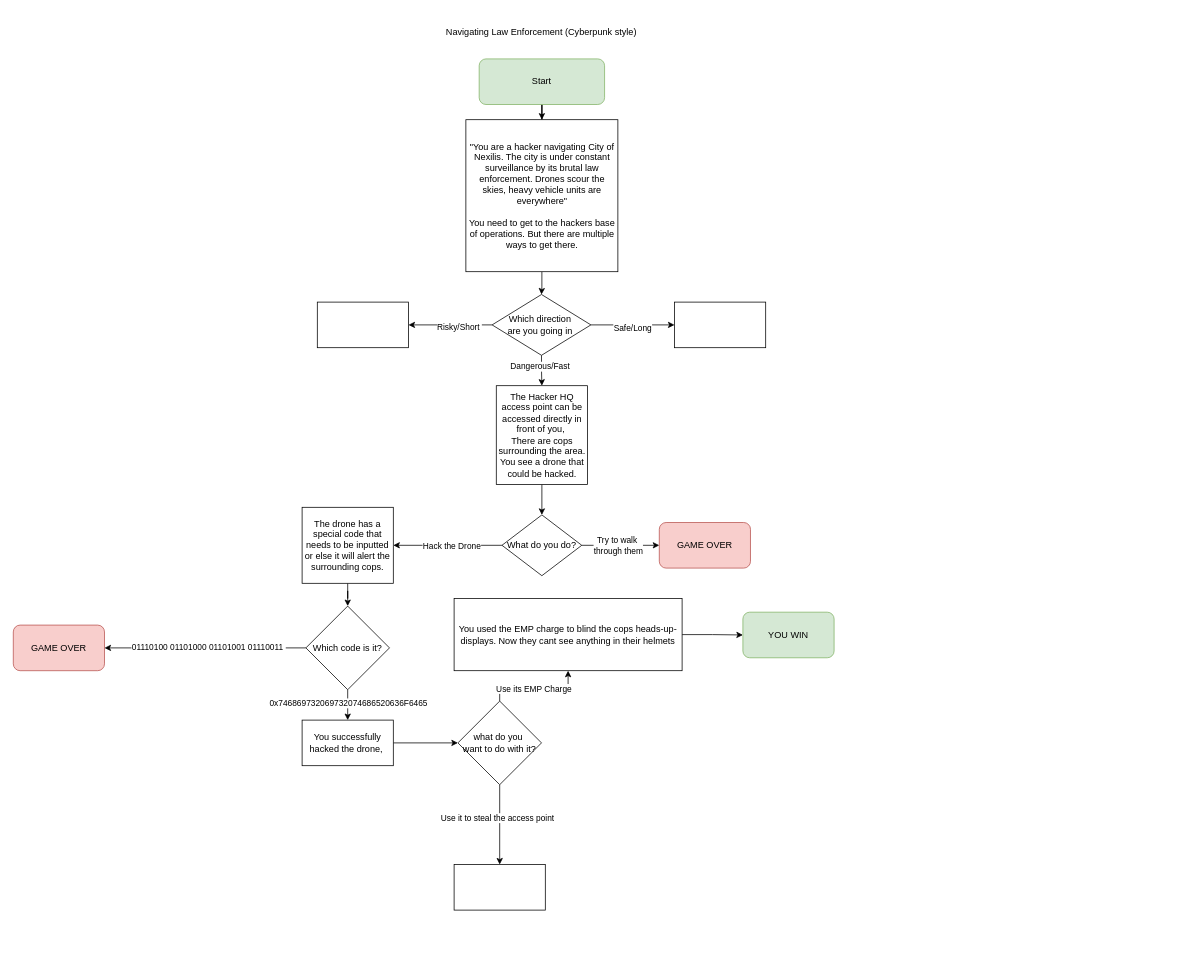
Earlier version of the draw.io diagram diagrams/CYOA.drawio (twitocode/Draw.io-Diagrams). Source tidied: cells renumbered, new cells numbered last; positions are measured from the earlier drawing's top-left corner, leaving out a move shared by most shapes. Both pictures are drawn from the tidied source at 76%, with x=0, y=0 at pixel (13, 13).
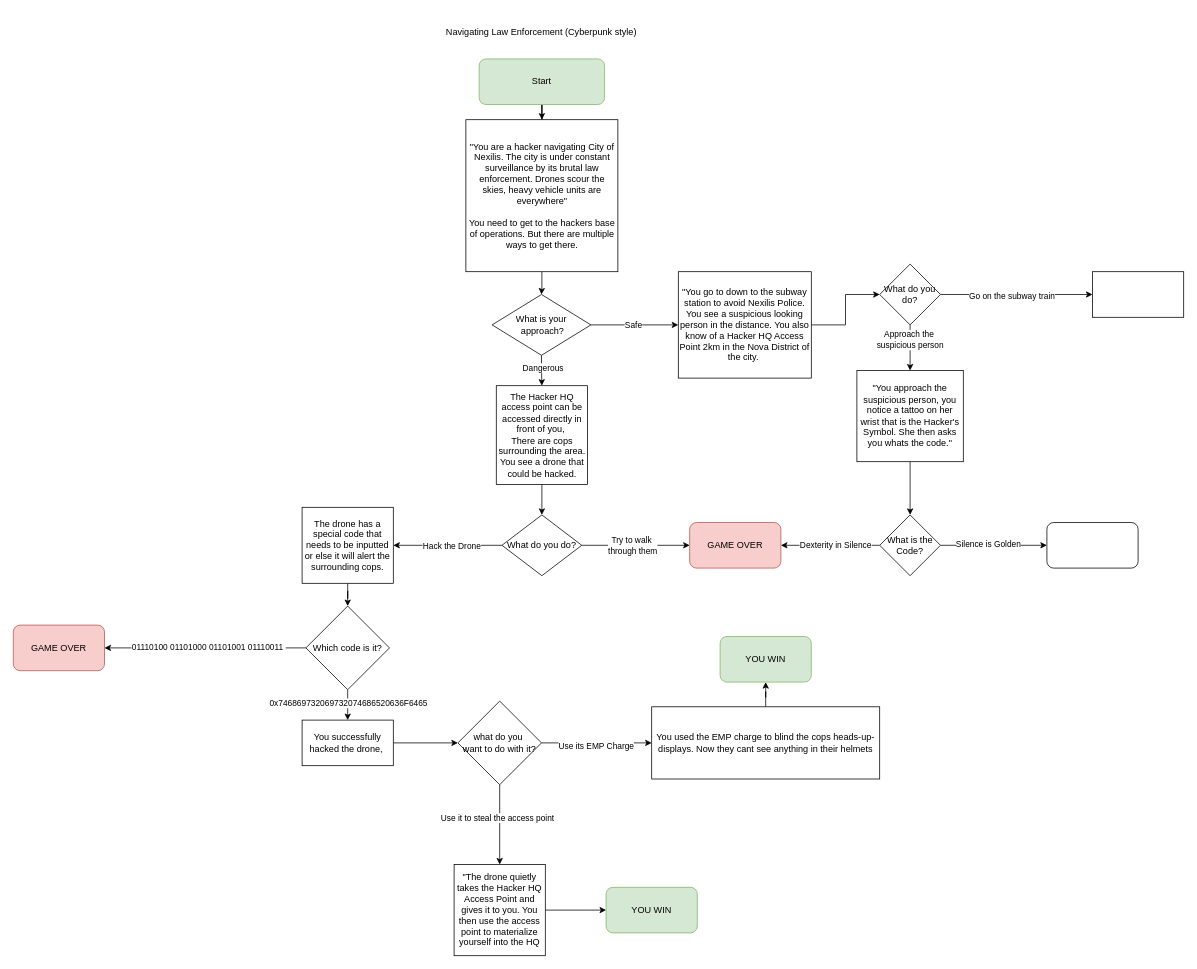
Above is the later version.

Unchanged cells that the change refers to:
```xml
<mxCell id="7" style="edgeStyle=orthogonalEdgeStyle;rounded=0;jettySize=auto;html=1;" parent="1" edge="1" source="13" target="14">
  <mxGeometry relative="1" as="geometry" />
</mxCell>
<mxCell id="11" style="edgeStyle=orthogonalEdgeStyle;rounded=0;jettySize=auto;html=1;" parent="1" edge="1" source="13" target="17">
  <mxGeometry relative="1" as="geometry" />
</mxCell>
```

The edit, as a diff of the source:
```diff
@@
-    <mxCell id="8" value="Safe/Long" style="edgeLabel;html=1;align=center;verticalAlign=middle;" parent="7" vertex="1">
-      <mxGeometry x="-0.01" y="-4" relative="1" as="geometry" />
-    </mxCell>
-    <mxCell id="9" style="edgeStyle=orthogonalEdgeStyle;rounded=0;jettySize=auto;html=1;" parent="1" edge="1" source="13" target="15">
-      <mxGeometry relative="1" as="geometry" />
-    </mxCell>
-    <mxCell id="10" value="Risky/Short&amp;nbsp;" style="edgeLabel;html=1;align=center;verticalAlign=middle;" parent="9" vertex="1">
-      <mxGeometry x="-0.2" y="2" relative="1" as="geometry" />
-    </mxCell>
+    <mxCell id="43" value="Safe" style="edgeLabel;html=1;align=center;verticalAlign=middle;" parent="7" vertex="1">
+      <mxGeometry x="-0.05" relative="1" as="geometry" />
+    </mxCell>
@@
-    <mxCell id="12" value="Dangerous/Fast" style="edgeLabel;html=1;align=center;verticalAlign=middle;" parent="11" vertex="1">
-      <mxGeometry x="-0.3" y="-3" relative="1" as="geometry" />
-    </mxCell>
+    <mxCell id="44" value="Dangerous" style="edgeLabel;html=1;align=center;verticalAlign=middle;" parent="11" vertex="1">
+      <mxGeometry x="-0.22" y="1" relative="1" as="geometry" />
+    </mxCell>
-    <mxCell id="13" value="Which direction&amp;nbsp;&lt;div&gt;are you going in&amp;nbsp;&lt;/div&gt;" style="rhombus;whiteSpace=wrap;html=1;" parent="1" vertex="1">
+    <mxCell id="13" value="What is your&lt;div&gt;&amp;nbsp;approach?&lt;/div&gt;" style="rhombus;whiteSpace=wrap;html=1;" parent="1" vertex="1">
       <mxGeometry x="630" y="370" width="130" height="80" as="geometry" />
     </mxCell>
+    <mxCell id="45" style="edgeStyle=orthogonalEdgeStyle;rounded=0;jettySize=auto;html=1;" parent="1" edge="1" source="14" target="52">
+      <mxGeometry relative="1" as="geometry" />
+    </mxCell>
-    <mxCell id="14" style="whiteSpace=wrap;html=1;" parent="1" vertex="1">
-      <mxGeometry x="870" y="380" width="120" height="60" as="geometry" />
+    <mxCell id="14" value="&quot;You go to down to the subway station to avoid Nexilis Police. You see a suspicious looking person in the distance. You also know of a Hacker HQ Access Point 2km in the Nova District of the city.&amp;nbsp;" style="whiteSpace=wrap;html=1;" parent="1" vertex="1">
+      <mxGeometry x="875" y="340" width="175" height="140" as="geometry" />
     </mxCell>
-    <mxCell id="15" style="whiteSpace=wrap;html=1;" parent="1" vertex="1">
-      <mxGeometry x="400" y="380" width="120" height="60" as="geometry" />
-    </mxCell>
@@
     <mxCell id="25" value="GAME OVER" style="rounded=1;whiteSpace=wrap;html=1;fillColor=#f8cecc;strokeColor=#b85450;" parent="1" vertex="1">
-      <mxGeometry x="850" y="670" width="120" height="60" as="geometry" />
+      <mxGeometry x="890" y="670" width="120" height="60" as="geometry" />
     </mxCell>
@@
     <mxCell id="40" value="You used the EMP charge to blind the cops heads-up-displays. Now they cant see anything in their helmets" style="whiteSpace=wrap;html=1;" parent="1" vertex="1">
-      <mxGeometry x="580" y="770" width="300" height="95" as="geometry" />
+      <mxGeometry x="840" y="912.5" width="300" height="95" as="geometry" />
     </mxCell>
     <mxCell id="41" value="YOU WIN" style="rounded=1;whiteSpace=wrap;html=1;fillColor=#d5e8d4;strokeColor=#82b366;" parent="1" vertex="1">
-      <mxGeometry x="960" y="788" width="120" height="60" as="geometry" />
+      <mxGeometry x="930" y="820" width="120" height="60" as="geometry" />
     </mxCell>
+    <mxCell id="46" style="edgeStyle=orthogonalEdgeStyle;rounded=0;jettySize=auto;html=1;" parent="1" edge="1" source="42" target="47">
+      <mxGeometry relative="1" as="geometry" />
+    </mxCell>
-    <mxCell id="42" style="whiteSpace=wrap;html=1;" parent="1" vertex="1">
-      <mxGeometry x="580" y="1120" width="120" height="60" as="geometry" />
+    <mxCell id="42" value="&quot;The drone quietly takes the Hacker HQ Access Point and gives it to you. You then use the access point to materialize yourself into the HQ" style="whiteSpace=wrap;html=1;" parent="1" vertex="1">
+      <mxGeometry x="580" y="1120" width="120" height="120" as="geometry" />
     </mxCell>
+    <mxCell id="47" value="YOU WIN" style="rounded=1;whiteSpace=wrap;html=1;fillColor=#d5e8d4;strokeColor=#82b366;" parent="1" vertex="1">
+      <mxGeometry x="780" y="1150" width="120" height="60" as="geometry" />
+    </mxCell>
+    <mxCell id="48" style="edgeStyle=orthogonalEdgeStyle;rounded=0;jettySize=auto;html=1;" parent="1" edge="1" source="52" target="53">
+      <mxGeometry relative="1" as="geometry" />
+    </mxCell>
+    <mxCell id="49" value="Go on the subway train" style="edgeLabel;html=1;align=center;verticalAlign=middle;" parent="48" vertex="1">
+      <mxGeometry x="-0.07" y="-2" relative="1" as="geometry" />
+    </mxCell>
+    <mxCell id="50" style="edgeStyle=orthogonalEdgeStyle;rounded=0;jettySize=auto;html=1;" parent="1" edge="1" source="52" target="55">
+      <mxGeometry relative="1" as="geometry" />
+    </mxCell>
+    <mxCell id="51" value="Approach the&amp;nbsp;&lt;div&gt;suspicious person&lt;/div&gt;" style="edgeLabel;html=1;align=center;verticalAlign=middle;" parent="50" vertex="1">
+      <mxGeometry x="-0.37" y="-1" relative="1" as="geometry" />
+    </mxCell>
+    <mxCell id="52" value="What do you do?" style="rhombus;whiteSpace=wrap;html=1;" parent="1" vertex="1">
+      <mxGeometry x="1140" y="330" width="80" height="80" as="geometry" />
+    </mxCell>
+    <mxCell id="53" style="whiteSpace=wrap;html=1;" parent="1" vertex="1">
+      <mxGeometry x="1420" y="340" width="120" height="60" as="geometry" />
+    </mxCell>
+    <mxCell id="54" style="edgeStyle=orthogonalEdgeStyle;rounded=0;jettySize=auto;html=1;" parent="1" edge="1" source="55" target="60">
+      <mxGeometry relative="1" as="geometry" />
+    </mxCell>
+    <mxCell id="55" value="&quot;You approach the suspicious person, you notice a tattoo on her wrist that is the Hacker's Symbol. She then asks you whats the code.&quot;" style="whiteSpace=wrap;html=1;" parent="1" vertex="1">
+      <mxGeometry x="1110" y="470" width="140" height="120" as="geometry" />
+    </mxCell>
+    <mxCell id="56" style="edgeStyle=orthogonalEdgeStyle;rounded=0;jettySize=auto;html=1;entryX=1;entryY=0.5;entryDx=0;entryDy=0;" parent="1" edge="1" source="60" target="25">
+      <mxGeometry relative="1" as="geometry" />
+    </mxCell>
+    <mxCell id="57" value="Dexterity in Silence" style="edgeLabel;html=1;align=center;verticalAlign=middle;" parent="56" vertex="1">
+      <mxGeometry x="-0.1" y="-1" relative="1" as="geometry" />
+    </mxCell>
+    <mxCell id="58" style="edgeStyle=orthogonalEdgeStyle;rounded=0;jettySize=auto;html=1;" parent="1" edge="1" source="60" target="61">
+      <mxGeometry relative="1" as="geometry" />
+    </mxCell>
+    <mxCell id="59" value="Silence is Golden" style="edgeLabel;html=1;align=center;verticalAlign=middle;" parent="58" vertex="1">
+      <mxGeometry x="-0.11" y="2" relative="1" as="geometry" />
+    </mxCell>
+    <mxCell id="60" value="What is the&lt;div&gt;Code?&lt;/div&gt;" style="rhombus;whiteSpace=wrap;html=1;" parent="1" vertex="1">
+      <mxGeometry x="1140" y="660" width="80" height="80" as="geometry" />
+    </mxCell>
+    <mxCell id="61" style="rounded=1;whiteSpace=wrap;html=1;" parent="1" vertex="1">
+      <mxGeometry x="1360" y="670" width="120" height="60" as="geometry" />
+    </mxCell>
```
